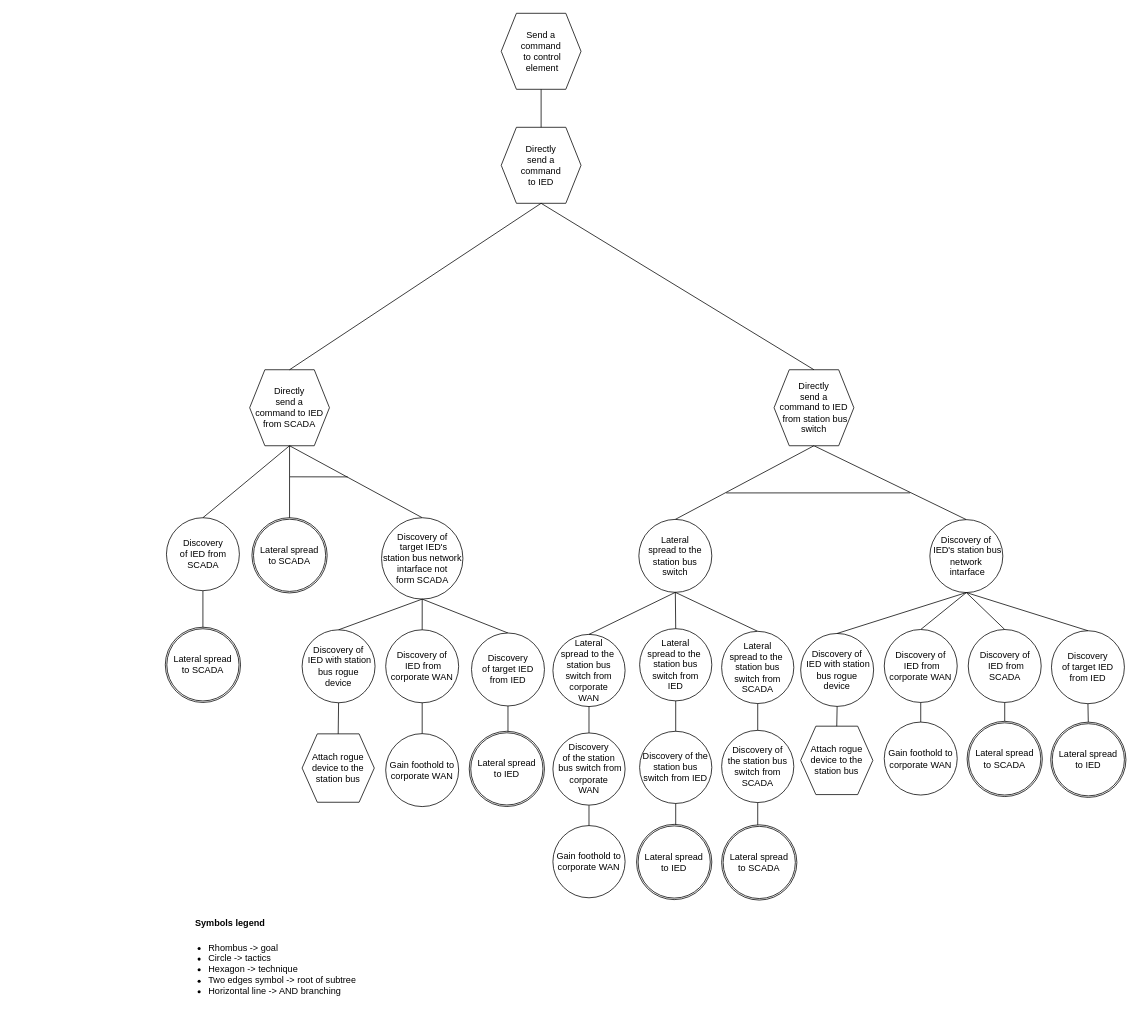
Before: drawIO_trees/solution_5_1_2.drawio in mihaelM/Attack_trees, a draw.io diagram. Source tidied: cells renumbered, new cells numbered last; positions are measured from the earlier drawing's top-left corner, leaving out a move shared by most shapes. Both pictures are drawn from the tidied source at 76%, with x=0, y=0 at pixel (165, 13).
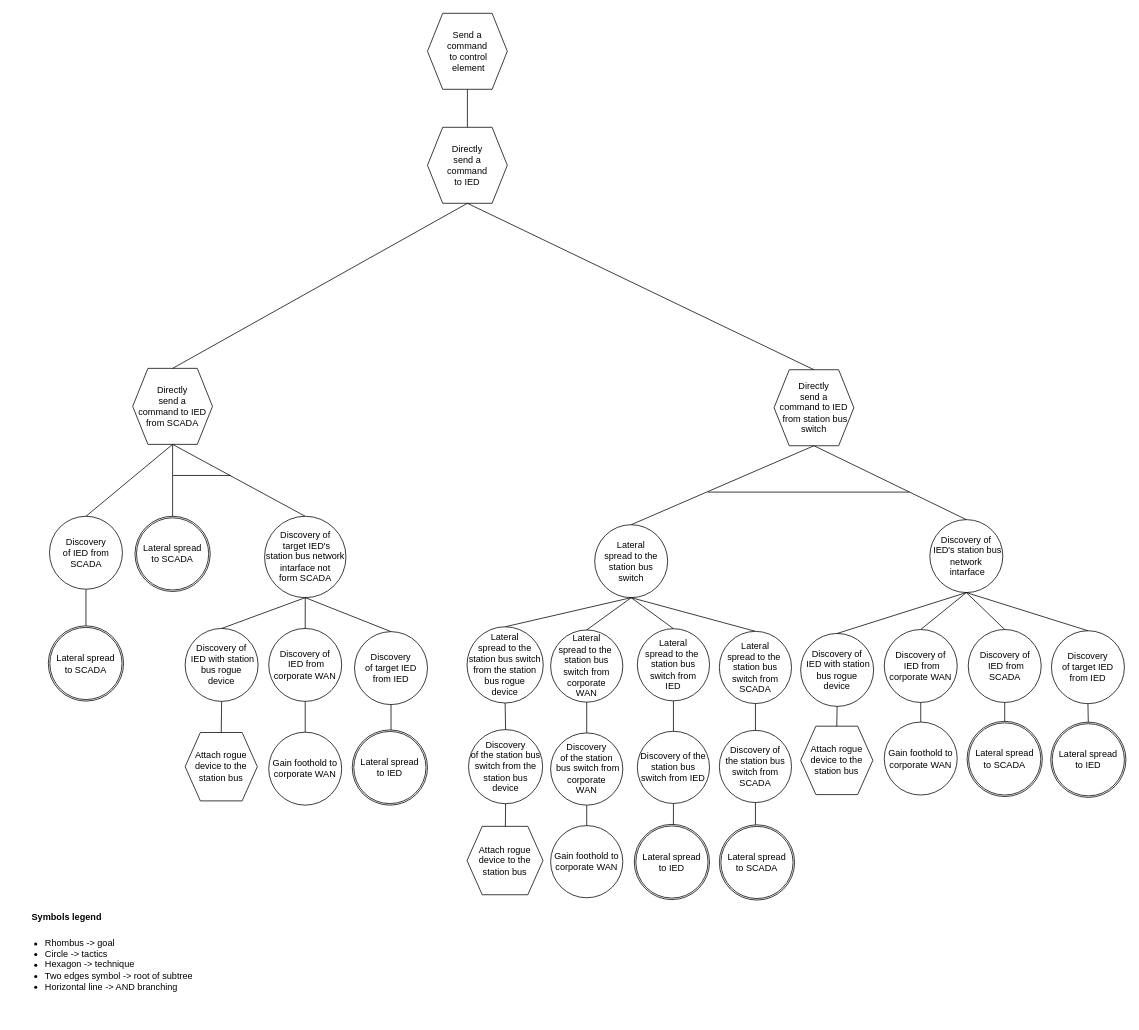
Above is the later version.

Diff of the diagram source:
```diff
@@
     <mxCell id="2" value="&lt;span style=&quot;font-family: &amp;#34;helvetica&amp;#34;&quot;&gt;Send a&lt;/span&gt;&lt;br style=&quot;font-family: &amp;#34;helvetica&amp;#34;&quot;&gt;&lt;span style=&quot;font-family: &amp;#34;helvetica&amp;#34;&quot;&gt;command&lt;/span&gt;&lt;br style=&quot;font-family: &amp;#34;helvetica&amp;#34;&quot;&gt;&lt;span style=&quot;font-family: &amp;#34;helvetica&amp;#34;&quot;&gt;&amp;nbsp;to control&lt;/span&gt;&lt;br style=&quot;font-family: &amp;#34;helvetica&amp;#34;&quot;&gt;&lt;span style=&quot;font-family: &amp;#34;helvetica&amp;#34;&quot;&gt;&amp;nbsp;element&lt;/span&gt;" style="shape=hexagon;perimeter=hexagonPerimeter2;whiteSpace=wrap;html=1;fixedSize=1;" parent="1" vertex="1">
-      <mxGeometry x="442" width="105" height="100" as="geometry" />
+      <mxGeometry x="345" width="105" height="100" as="geometry" />
     </mxCell>
     <mxCell id="3" value="Directly &lt;br&gt;send a&lt;br&gt;command&lt;br&gt;to IED" style="shape=hexagon;perimeter=hexagonPerimeter2;whiteSpace=wrap;html=1;fixedSize=1;" parent="1" vertex="1">
-      <mxGeometry x="442" y="150" width="105" height="100" as="geometry" />
+      <mxGeometry x="345" y="150" width="105" height="100" as="geometry" />
     </mxCell>
@@
     <mxCell id="5" value="&lt;font style=&quot;font-size: 12px&quot;&gt;Symbols legend&lt;/font&gt;" style="text;strokeColor=none;fillColor=none;html=1;fontSize=24;fontStyle=1;verticalAlign=middle;align=center;" parent="1" vertex="1">
-      <mxGeometry x="35" y="1173" width="100" height="40" as="geometry" />
+      <mxGeometry x="-180" y="1166.2" width="100" height="40" as="geometry" />
     </mxCell>
     <mxCell id="6" value="&lt;ul&gt;&lt;li&gt;&lt;span&gt;Rhombus -&amp;gt; goal&lt;/span&gt;&lt;/li&gt;&lt;li&gt;&lt;span&gt;Circle -&amp;gt; tactics&lt;/span&gt;&lt;br&gt;&lt;/li&gt;&lt;li&gt;Hexagon -&amp;gt; technique&lt;/li&gt;&lt;li&gt;Two edges symbol -&amp;gt; root of subtree&lt;/li&gt;&lt;li&gt;Horizontal line -&amp;gt; AND branching&lt;/li&gt;&lt;/ul&gt;" style="text;strokeColor=none;fillColor=none;html=1;whiteSpace=wrap;verticalAlign=middle;overflow=hidden;fontSize=12;" parent="1" vertex="1">
-      <mxGeometry x="15" y="1196.9" width="250" height="123.1" as="geometry" />
+      <mxGeometry x="-200" y="1190.2" width="250" height="123.1" as="geometry" />
     </mxCell>
@@
     <mxCell id="8" value="Discovery&lt;br&gt;of IED from SCADA" style="ellipse;whiteSpace=wrap;html=1;" parent="1" vertex="1">
-      <mxGeometry x="1.5" y="663.7" width="96" height="96" as="geometry" />
+      <mxGeometry x="-152.4" y="661.8" width="96" height="96" as="geometry" />
     </mxCell>
@@
     <mxCell id="10" value="Directly&lt;br&gt;send a&lt;br&gt;command to IED from SCADA" style="shape=hexagon;perimeter=hexagonPerimeter2;whiteSpace=wrap;html=1;fixedSize=1;" parent="1" vertex="1">
-      <mxGeometry x="111" y="469" width="105" height="100" as="geometry" />
+      <mxGeometry x="-42.9" y="467.2" width="105" height="100" as="geometry" />
     </mxCell>
@@
     <mxCell id="14" style="endArrow=none;html=1;rounded=0;" parent="1" edge="1">
       <mxGeometry relative="1" as="geometry">
-        <mxPoint x="164" y="609.9" as="sourcePoint" />
-        <mxPoint x="240" y="610" as="targetPoint" />
+        <mxPoint x="10.1" y="608.1" as="sourcePoint" />
+        <mxPoint x="86.1" y="608.1" as="targetPoint" />
       </mxGeometry>
     </mxCell>
     <mxCell id="15" value="Discovery of&lt;br&gt;&amp;nbsp;target IED's&lt;br&gt;station bus network intarface not &lt;br&gt;form SCADA" style="ellipse;whiteSpace=wrap;html=1;" parent="1" vertex="1">
-      <mxGeometry x="284.5" y="663.7" width="107.1" height="107.1" as="geometry" />
+      <mxGeometry x="130.6" y="661.8" width="107.1" height="107.1" as="geometry" />
     </mxCell>
@@
     <mxCell id="17" value="Discovery of&lt;br&gt;&amp;nbsp;IED with station bus rogue &lt;br&gt;device" style="ellipse;whiteSpace=wrap;html=1;" parent="1" vertex="1">
-      <mxGeometry x="180" y="811.2" width="96" height="96" as="geometry" />
+      <mxGeometry x="26.1" y="809.4" width="96" height="96" as="geometry" />
     </mxCell>
@@
     <mxCell id="19" value="Attach rogue device to the station bus" style="shape=hexagon;perimeter=hexagonPerimeter2;whiteSpace=wrap;html=1;fixedSize=1;" parent="1" vertex="1">
-      <mxGeometry x="180" y="948.1" width="95" height="90" as="geometry" />
+      <mxGeometry x="26.1" y="946.3" width="95" height="90" as="geometry" />
     </mxCell>
@@
     <mxCell id="21" value="Gain foothold to corporate WAN" style="ellipse;whiteSpace=wrap;html=1;" parent="1" vertex="1">
-      <mxGeometry x="290" y="947.8" width="96" height="96" as="geometry" />
+      <mxGeometry x="136.1" y="945.9" width="96" height="96" as="geometry" />
     </mxCell>
     <mxCell id="22" value="Discovery of&lt;br&gt;&amp;nbsp;IED from corporate WAN" style="ellipse;whiteSpace=wrap;html=1;" parent="1" vertex="1">
-      <mxGeometry x="290" y="811.2" width="96" height="96" as="geometry" />
+      <mxGeometry x="136.1" y="809.4" width="96" height="96" as="geometry" />
     </mxCell>
@@
     <mxCell id="25" style="endArrow=none;html=1;rounded=0;exitX=0.5;exitY=1;exitDx=0;exitDy=0;" parent="1" edge="1" source="26">
       <mxGeometry relative="1" as="geometry">
-        <mxPoint x="450.9" y="946.8" as="targetPoint" />
+        <mxPoint x="297" y="944.9" as="targetPoint" />
       </mxGeometry>
     </mxCell>
     <mxCell id="26" value="Discovery&lt;br&gt;of target IED from IED" style="ellipse;whiteSpace=wrap;html=1;" parent="1" vertex="1">
-      <mxGeometry x="402.9" y="815.4" width="96" height="96" as="geometry" />
+      <mxGeometry x="249" y="813.6" width="96" height="96" as="geometry" />
     </mxCell>
     <mxCell id="27" value="Lateral&lt;br&gt;&amp;nbsp;spread to the&amp;nbsp;&lt;br&gt;station bus switch" style="ellipse;whiteSpace=wrap;html=1;" parent="1" vertex="1">
-      <mxGeometry x="623.1" y="665.9" width="96" height="96" as="geometry" />
+      <mxGeometry x="565" y="672.9" width="96" height="96" as="geometry" />
     </mxCell>
@@
     <mxCell id="47" value="Gain foothold to corporate WAN" style="ellipse;whiteSpace=wrap;html=1;" parent="1" vertex="1">
-      <mxGeometry x="510" y="1068.8" width="95" height="95" as="geometry" />
+      <mxGeometry x="507" y="1068.8" width="95" height="95" as="geometry" />
     </mxCell>
@@
     <mxCell id="49" value="Discovery&lt;br&gt;of the station&lt;br&gt;&amp;nbsp;bus switch from corporate&lt;br&gt;WAN" style="ellipse;whiteSpace=wrap;html=1;" parent="1" vertex="1">
-      <mxGeometry x="510" y="946.9" width="95" height="95" as="geometry" />
+      <mxGeometry x="507" y="946.9" width="95" height="95" as="geometry" />
     </mxCell>
     <mxCell id="50" value="Lateral &lt;br&gt;spread to the&amp;nbsp;&lt;br&gt;station bus switch from corporate &lt;br&gt;WAN" style="ellipse;whiteSpace=wrap;html=1;" parent="1" vertex="1">
-      <mxGeometry x="510" y="817.2" width="95" height="95" as="geometry" />
+      <mxGeometry x="507" y="811.4" width="95" height="95" as="geometry" />
     </mxCell>
@@
     <mxCell id="53" value="Discovery of the station bus switch from IED" style="ellipse;whiteSpace=wrap;html=1;" parent="1" vertex="1">
-      <mxGeometry x="624.1" y="944.7" width="95" height="95" as="geometry" />
+      <mxGeometry x="621.1" y="944.7" width="95" height="95" as="geometry" />
     </mxCell>
     <mxCell id="54" value="Lateral &lt;br&gt;spread to the&amp;nbsp;&lt;br&gt;station bus switch from &lt;br&gt;IED" style="ellipse;whiteSpace=wrap;html=1;" parent="1" vertex="1">
-      <mxGeometry x="624.1" y="809.7" width="95" height="95" as="geometry" />
+      <mxGeometry x="621.1" y="809.7" width="95" height="95" as="geometry" />
     </mxCell>
@@
     <mxCell id="58" value="Lateral &lt;br&gt;spread to the&amp;nbsp;&lt;br&gt;station bus switch from &lt;br&gt;SCADA" style="ellipse;whiteSpace=wrap;html=1;" parent="1" vertex="1">
-      <mxGeometry x="732" y="813.2" width="95" height="95" as="geometry" />
+      <mxGeometry x="729" y="813.2" width="95" height="95" as="geometry" />
     </mxCell>
     <mxCell id="59" style="endArrow=none;html=1;rounded=0;exitX=0.5;exitY=1;exitDx=0;exitDy=0;entryX=0.5;entryY=0;entryDx=0;entryDy=0;" parent="1" edge="1" source="53">
       <mxGeometry relative="1" as="geometry">
-        <mxPoint x="671.6" y="1074.8" as="targetPoint" />
+        <mxPoint x="668.6" y="1074.8" as="targetPoint" />
       </mxGeometry>
     </mxCell>
     <mxCell id="60" value="Discovery of &lt;br&gt;the station bus switch from SCADA" style="ellipse;whiteSpace=wrap;html=1;" parent="1" vertex="1">
-      <mxGeometry x="732" y="943.5" width="95" height="95" as="geometry" />
+      <mxGeometry x="729" y="943.5" width="95" height="95" as="geometry" />
     </mxCell>
@@
     <mxCell id="62" style="endArrow=none;html=1;rounded=0;exitX=0.5;exitY=1;exitDx=0;exitDy=0;entryX=0.5;entryY=0;entryDx=0;entryDy=0;" parent="1" edge="1" source="60">
       <mxGeometry relative="1" as="geometry">
-        <mxPoint x="779.5" y="1074.7" as="targetPoint" />
+        <mxPoint x="776.5" y="1074.7" as="targetPoint" />
       </mxGeometry>
     </mxCell>
     <mxCell id="63" style="endArrow=none;html=1;rounded=0;" parent="1" edge="1">
       <mxGeometry relative="1" as="geometry">
-        <mxPoint x="738" y="631.1" as="sourcePoint" />
-        <mxPoint x="980" y="631" as="targetPoint" />
+        <mxPoint x="714" y="630" as="sourcePoint" />
+        <mxPoint x="979" y="630" as="targetPoint" />
       </mxGeometry>
     </mxCell>
     <mxCell id="64" style="ellipse;whiteSpace=wrap;html=1;" parent="1" vertex="1">
-      <mxGeometry y="807.8" width="99" height="99" as="geometry" />
+      <mxGeometry x="-153.9" y="806" width="99" height="99" as="geometry" />
     </mxCell>
     <mxCell id="65" value="Lateral spread&lt;br&gt;to SCADA" style="ellipse;whiteSpace=wrap;html=1;" parent="1" vertex="1">
-      <mxGeometry x="2" y="809.8" width="95" height="95" as="geometry" />
+      <mxGeometry x="-151.9" y="808" width="95" height="95" as="geometry" />
     </mxCell>
     <mxCell id="66" style="ellipse;whiteSpace=wrap;html=1;" parent="1" vertex="1">
-      <mxGeometry x="399.9" y="944.7" width="99" height="99" as="geometry" />
+      <mxGeometry x="246" y="942.9" width="99" height="99" as="geometry" />
     </mxCell>
     <mxCell id="67" value="Lateral spread&lt;br&gt;to IED" style="ellipse;whiteSpace=wrap;html=1;" parent="1" vertex="1">
-      <mxGeometry x="401.9" y="946.7" width="95" height="95" as="geometry" />
+      <mxGeometry x="248" y="944.9" width="95" height="95" as="geometry" />
     </mxCell>
     <mxCell id="68" style="ellipse;whiteSpace=wrap;html=1;" parent="1" vertex="1">
-      <mxGeometry x="620.1" y="1067.2" width="99" height="99" as="geometry" />
+      <mxGeometry x="617.1" y="1067.2" width="99" height="99" as="geometry" />
     </mxCell>
     <mxCell id="69" value="Lateral spread&lt;br&gt;to IED" style="ellipse;whiteSpace=wrap;html=1;" parent="1" vertex="1">
-      <mxGeometry x="622.1" y="1069.2" width="95" height="95" as="geometry" />
+      <mxGeometry x="619.1" y="1069.2" width="95" height="95" as="geometry" />
     </mxCell>
     <mxCell id="70" style="ellipse;whiteSpace=wrap;html=1;" parent="1" vertex="1">
-      <mxGeometry x="732" y="1067.8" width="99" height="99" as="geometry" />
+      <mxGeometry x="729" y="1067.8" width="99" height="99" as="geometry" />
     </mxCell>
     <mxCell id="71" value="Lateral spread&lt;br&gt;to SCADA" style="ellipse;whiteSpace=wrap;html=1;" parent="1" vertex="1">
-      <mxGeometry x="734" y="1069.8" width="95" height="95" as="geometry" />
+      <mxGeometry x="731" y="1069.8" width="95" height="95" as="geometry" />
     </mxCell>
@@
     <mxCell id="76" style="ellipse;whiteSpace=wrap;html=1;" parent="1" vertex="1">
-      <mxGeometry x="114" y="663.7" width="99" height="99" as="geometry" />
+      <mxGeometry x="-39.9" y="661.8" width="99" height="99" as="geometry" />
     </mxCell>
     <mxCell id="77" value="Lateral spread&lt;br&gt;to SCADA" style="ellipse;whiteSpace=wrap;html=1;" parent="1" vertex="1">
-      <mxGeometry x="116" y="665.7" width="95" height="95" as="geometry" />
+      <mxGeometry x="-37.9" y="663.8" width="95" height="95" as="geometry" />
     </mxCell>
+    <mxCell id="78" style="endArrow=none;html=1;rounded=0;entryX=0.5;entryY=0;entryDx=0;entryDy=0;exitX=0.5;exitY=1;exitDx=0;exitDy=0;" parent="1" edge="1" source="27" target="79">
+      <mxGeometry relative="1" as="geometry" />
+    </mxCell>
+    <mxCell id="79" value="Lateral &lt;br&gt;spread to the station bus switch from the station bus rogue &lt;br&gt;device" style="ellipse;whiteSpace=wrap;html=1;" parent="1" vertex="1">
+      <mxGeometry x="397" y="807.2" width="100.3" height="100.3" as="geometry" />
+    </mxCell>
+    <mxCell id="80" value="Discovery &lt;br&gt;of the station bus switch from the station bus device" style="ellipse;whiteSpace=wrap;html=1;" parent="1" vertex="1">
+      <mxGeometry x="399" y="942.5" width="97.5" height="97.5" as="geometry" />
+    </mxCell>
+    <mxCell id="81" value="Attach rogue device to the station bus" style="shape=hexagon;perimeter=hexagonPerimeter2;whiteSpace=wrap;html=1;fixedSize=1;" parent="1" vertex="1">
+      <mxGeometry x="397" y="1069.8" width="100" height="90" as="geometry" />
+    </mxCell>
+    <mxCell id="82" style="endArrow=none;html=1;rounded=0;entryX=0.5;entryY=1;entryDx=0;entryDy=0;" parent="1" edge="1" source="81" target="80">
+      <mxGeometry relative="1" as="geometry" />
+    </mxCell>
+    <mxCell id="83" style="endArrow=none;html=1;rounded=0;entryX=0.5;entryY=1;entryDx=0;entryDy=0;" parent="1" edge="1" source="80" target="79">
+      <mxGeometry relative="1" as="geometry" />
+    </mxCell>
```
